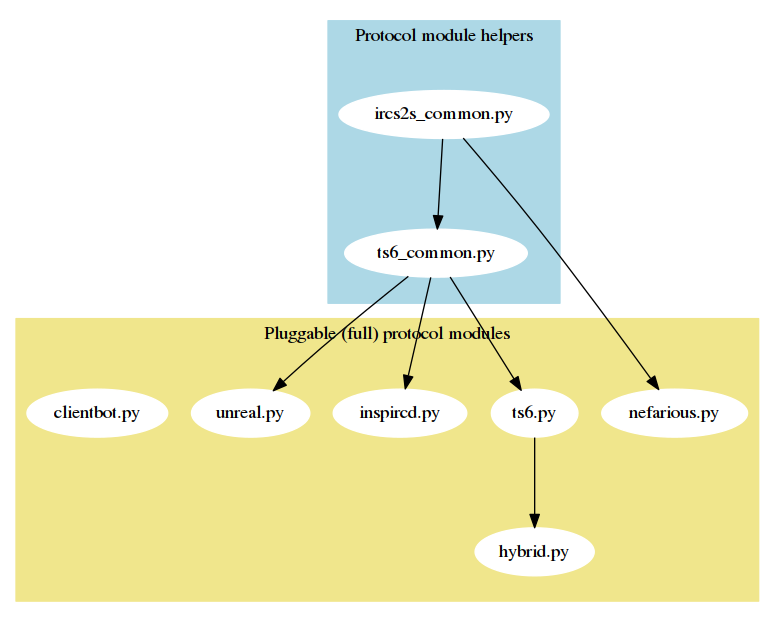
Above: docs/technical/protocol-modules.png in PyLink/PyLink (Graphviz), before the change. Its source is kept beside it as docs/technical/protocol-modules.dot. The source it was exported from:
```dot
/* Graph showing inheritance with the current PyLink protocol protocols:
 * Update using: dot -Tpng protocol-modules.dot > protocol-modules.png
 */

digraph G {
	ratio = 0.8; /* make the graph wider than tall */
	subgraph cluster_helper {
		label="Protocol module helpers";
		style="filled";
		node [style="filled",color="white"];
		color="lightblue";

		"ircs2s_common.py" -> "ts6_common.py";
	}

	subgraph cluster_pluggable {
		label="Pluggable (full) protocol modules";
		style="filled";
		node [style="filled",color="white"];
		color="khaki";

		"ircs2s_common.py" -> "nefarious.py";
		"ts6_common.py" -> "ts6.py" -> "hybrid.py";
		"ts6_common.py" -> "inspircd.py";
		"ts6_common.py" -> "unreal.py";
		"clientbot.py";
	}
}
```
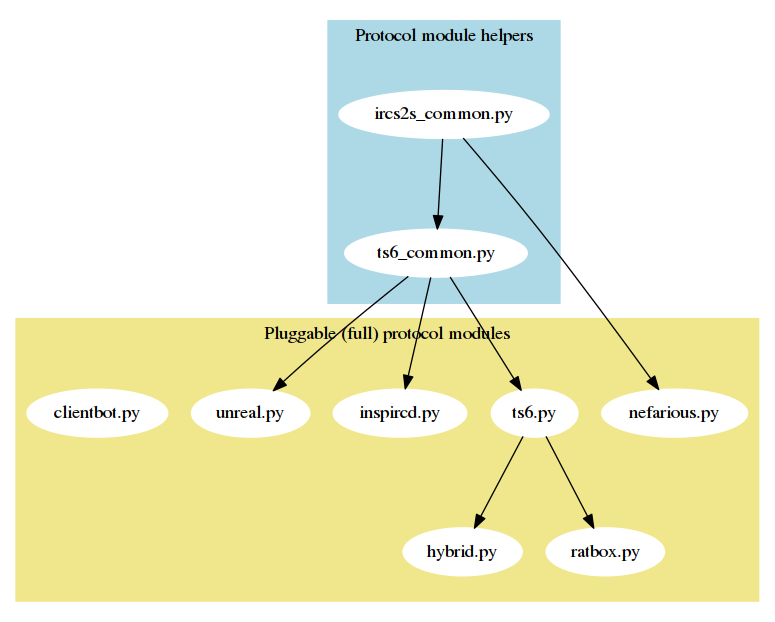
The same file after the commit.

Commit message:
docs/t: update protocol modules list

Diff of the diagram source:
```diff
@@ -21,6 +21,7 @@
 
 		"ircs2s_common.py" -> "nefarious.py";
 		"ts6_common.py" -> "ts6.py" -> "hybrid.py";
+		"ts6.py" -> "ratbox.py";
 		"ts6_common.py" -> "inspircd.py";
 		"ts6_common.py" -> "unreal.py";
 		"clientbot.py";
```
